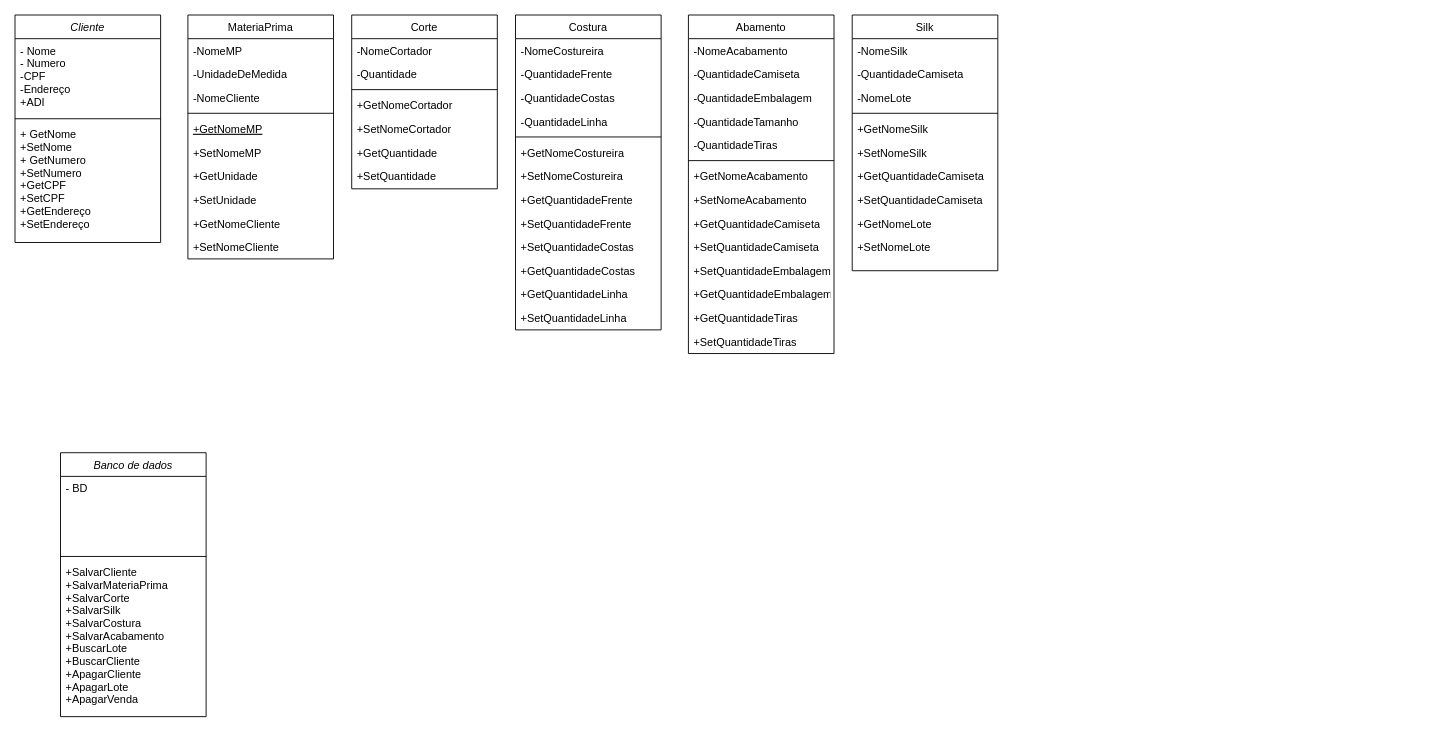
mahfersesi/Trollss keeps this draw.io diagram as diagrama/classes.drawio. Above is the earlier version. Source tidied: cells renumbered, new cells numbered last; positions are measured from the earlier drawing's top-left corner, leaving out a move shared by most shapes. Both pictures are drawn from the tidied source at 91%, with x=0, y=0 at pixel (15, 15).
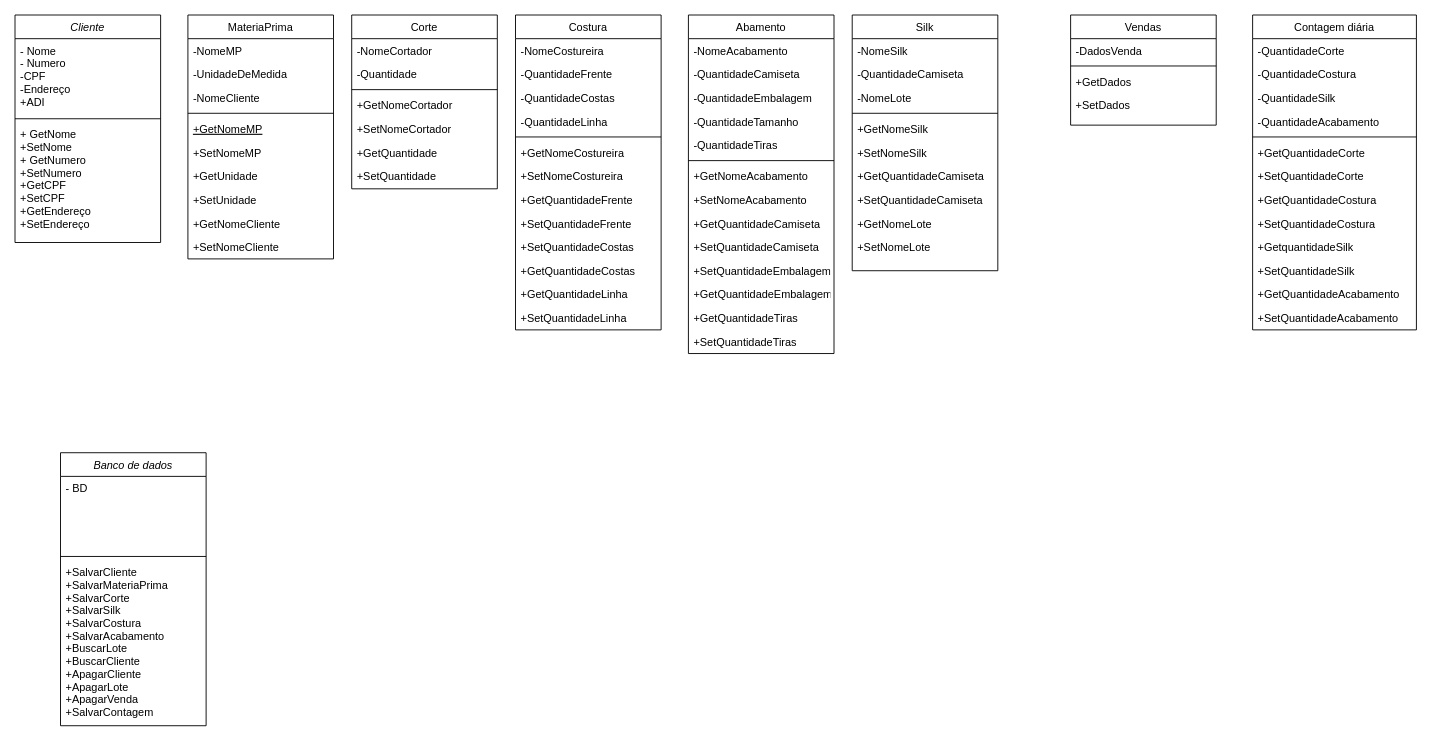
Above is the later version.

The edit, as a diff of the source:
```diff
@@
     <mxCell id="65" value="Banco de dados" style="swimlane;fontStyle=2;align=center;verticalAlign=top;horizontal=1;startSize=26;rounded=0;shadow=0;strokeWidth=1;" parent="1" vertex="1">
-      <mxGeometry x="50" y="481" width="160" height="290" as="geometry" />
+      <mxGeometry x="50" y="481" width="160" height="300" as="geometry" />
     </mxCell>
@@
-    <mxCell id="68" value="+SalvarCliente&#10;+SalvarMateriaPrima&#10;+SalvarCorte&#10;+SalvarSilk&#10;+SalvarCostura&#10;+SalvarAcabamento&#10;+BuscarLote&#10;+BuscarCliente&#10;+ApagarCliente&#10;+ApagarLote&#10;+ApagarVenda" style="text;align=left;verticalAlign=top;spacingLeft=4;spacingRight=4;overflow=hidden;" parent="65" vertex="1">
-      <mxGeometry y="118" width="160" height="172" as="geometry" />
+    <mxCell id="68" value="+SalvarCliente&#10;+SalvarMateriaPrima&#10;+SalvarCorte&#10;+SalvarSilk&#10;+SalvarCostura&#10;+SalvarAcabamento&#10;+BuscarLote&#10;+BuscarCliente&#10;+ApagarCliente&#10;+ApagarLote&#10;+ApagarVenda&#10;+SalvarContagem" style="text;align=left;verticalAlign=top;spacingLeft=4;spacingRight=4;overflow=hidden;" parent="65" vertex="1">
+      <mxGeometry y="118" width="160" height="182" as="geometry" />
     </mxCell>
+    <mxCell id="69" value="Vendas" style="swimlane;fontStyle=0;align=center;verticalAlign=top;horizontal=1;startSize=26;rounded=0;shadow=0;strokeWidth=1;" parent="1" vertex="1">
+      <mxGeometry x="1160" width="160" height="121" as="geometry" />
+    </mxCell>
+    <mxCell id="70" value="-DadosVenda" style="text;align=left;verticalAlign=top;spacingLeft=4;spacingRight=4;overflow=hidden;" parent="69" vertex="1">
+      <mxGeometry y="26" width="160" height="26" as="geometry" />
+    </mxCell>
+    <mxCell id="71" style="line;html=1;strokeWidth=1;align=left;verticalAlign=middle;spacingTop=-1;spacingLeft=3;spacingRight=3;labelPosition=right;" parent="69" vertex="1">
+      <mxGeometry y="52" width="160" height="8" as="geometry" />
+    </mxCell>
+    <mxCell id="72" value="+GetDados" style="text;align=left;verticalAlign=top;spacingLeft=4;spacingRight=4;overflow=hidden;" parent="69" vertex="1">
+      <mxGeometry y="60" width="160" height="26" as="geometry" />
+    </mxCell>
+    <mxCell id="73" value="+SetDados" style="text;align=left;verticalAlign=top;spacingLeft=4;spacingRight=4;overflow=hidden;" parent="69" vertex="1">
+      <mxGeometry y="86" width="160" height="26" as="geometry" />
+    </mxCell>
+    <mxCell id="74" value="Contagem diária" style="swimlane;fontStyle=0;align=center;verticalAlign=top;horizontal=1;startSize=26;rounded=0;shadow=0;strokeWidth=1;" parent="1" vertex="1">
+      <mxGeometry x="1360" width="180" height="346" as="geometry" />
+    </mxCell>
+    <mxCell id="75" value="-QuantidadeCorte" style="text;align=left;verticalAlign=top;spacingLeft=4;spacingRight=4;overflow=hidden;" parent="74" vertex="1">
+      <mxGeometry y="26" width="180" height="26" as="geometry" />
+    </mxCell>
+    <mxCell id="76" value="-QuantidadeCostura" style="text;align=left;verticalAlign=top;spacingLeft=4;spacingRight=4;overflow=hidden;rounded=0;shadow=0;html=0;" parent="74" vertex="1">
+      <mxGeometry y="52" width="180" height="26" as="geometry" />
+    </mxCell>
+    <mxCell id="77" value="-QuantidadeSilk" style="text;align=left;verticalAlign=top;spacingLeft=4;spacingRight=4;overflow=hidden;rounded=0;shadow=0;html=0;" parent="74" vertex="1">
+      <mxGeometry y="78" width="180" height="26" as="geometry" />
+    </mxCell>
+    <mxCell id="78" value="-QuantidadeAcabamento" style="text;align=left;verticalAlign=top;spacingLeft=4;spacingRight=4;overflow=hidden;rounded=0;shadow=0;html=0;" parent="74" vertex="1">
+      <mxGeometry y="104" width="180" height="26" as="geometry" />
+    </mxCell>
+    <mxCell id="79" style="line;html=1;strokeWidth=1;align=left;verticalAlign=middle;spacingTop=-1;spacingLeft=3;spacingRight=3;labelPosition=right;" parent="74" vertex="1">
+      <mxGeometry y="130" width="180" height="8" as="geometry" />
+    </mxCell>
+    <mxCell id="80" value="+GetQuantidadeCorte" style="text;align=left;verticalAlign=top;spacingLeft=4;spacingRight=4;overflow=hidden;" parent="74" vertex="1">
+      <mxGeometry y="138" width="180" height="26" as="geometry" />
+    </mxCell>
+    <mxCell id="81" value="+SetQuantidadeCorte" style="text;align=left;verticalAlign=top;spacingLeft=4;spacingRight=4;overflow=hidden;" parent="74" vertex="1">
+      <mxGeometry y="164" width="180" height="26" as="geometry" />
+    </mxCell>
+    <mxCell id="82" value="+GetQuantidadeCostura" style="text;align=left;verticalAlign=top;spacingLeft=4;spacingRight=4;overflow=hidden;rounded=0;shadow=0;html=0;" parent="74" vertex="1">
+      <mxGeometry y="190" width="180" height="26" as="geometry" />
+    </mxCell>
+    <mxCell id="83" value="+SetQuantidadeCostura" style="text;align=left;verticalAlign=top;spacingLeft=4;spacingRight=4;overflow=hidden;rounded=0;shadow=0;html=0;" parent="74" vertex="1">
+      <mxGeometry y="216" width="180" height="26" as="geometry" />
+    </mxCell>
+    <mxCell id="84" value="+GetquantidadeSilk" style="text;align=left;verticalAlign=top;spacingLeft=4;spacingRight=4;overflow=hidden;rounded=0;shadow=0;html=0;" parent="74" vertex="1">
+      <mxGeometry y="242" width="180" height="26" as="geometry" />
+    </mxCell>
+    <mxCell id="85" value="+SetQuantidadeSilk" style="text;align=left;verticalAlign=top;spacingLeft=4;spacingRight=4;overflow=hidden;rounded=0;shadow=0;html=0;" parent="74" vertex="1">
+      <mxGeometry y="268" width="180" height="26" as="geometry" />
+    </mxCell>
+    <mxCell id="86" value="+GetQuantidadeAcabamento" style="text;align=left;verticalAlign=top;spacingLeft=4;spacingRight=4;overflow=hidden;rounded=0;shadow=0;html=0;" parent="74" vertex="1">
+      <mxGeometry y="294" width="180" height="26" as="geometry" />
+    </mxCell>
+    <mxCell id="87" value="+SetQuantidadeAcabamento" style="text;align=left;verticalAlign=top;spacingLeft=4;spacingRight=4;overflow=hidden;rounded=0;shadow=0;html=0;" parent="74" vertex="1">
+      <mxGeometry y="320" width="180" height="26" as="geometry" />
+    </mxCell>
```
